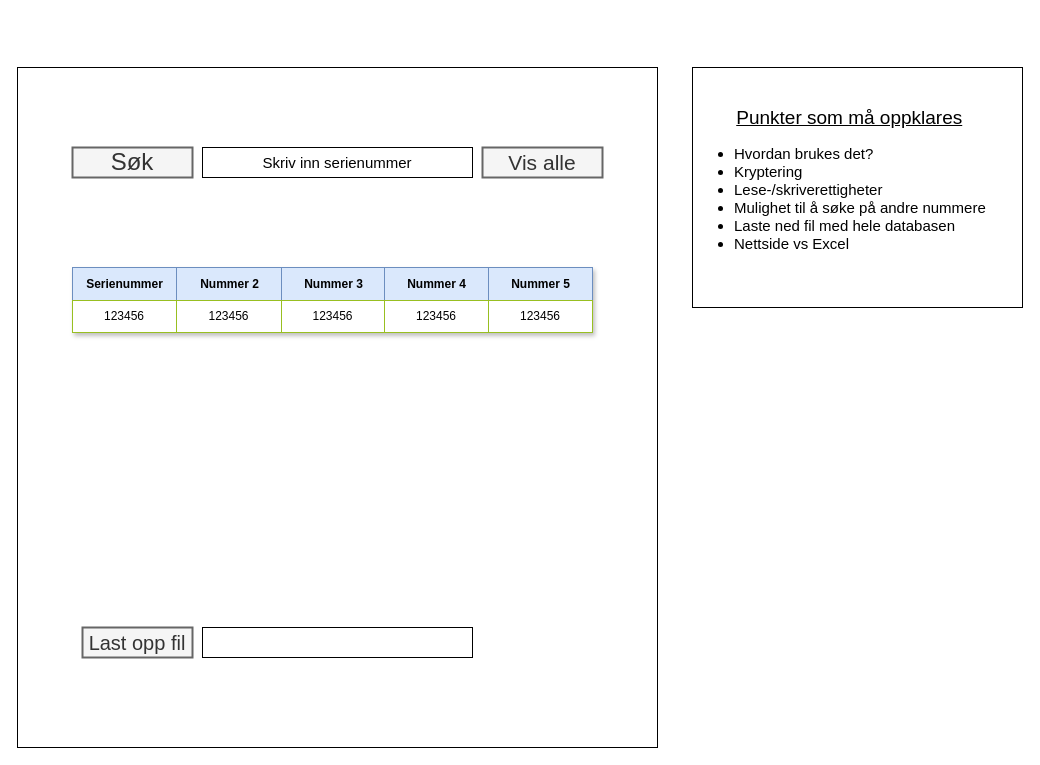
The draw.io diagram Forsvaret_interface.drawio in MathiasThoresenPaasche/draw_io, before the edit. Source tidied: cells renumbered, new cells numbered last; positions are measured from the earlier drawing's top-left corner, leaving out a move shared by most shapes. Both pictures are drawn from the tidied source at 100%, with x=0, y=0 at pixel (17, 67).
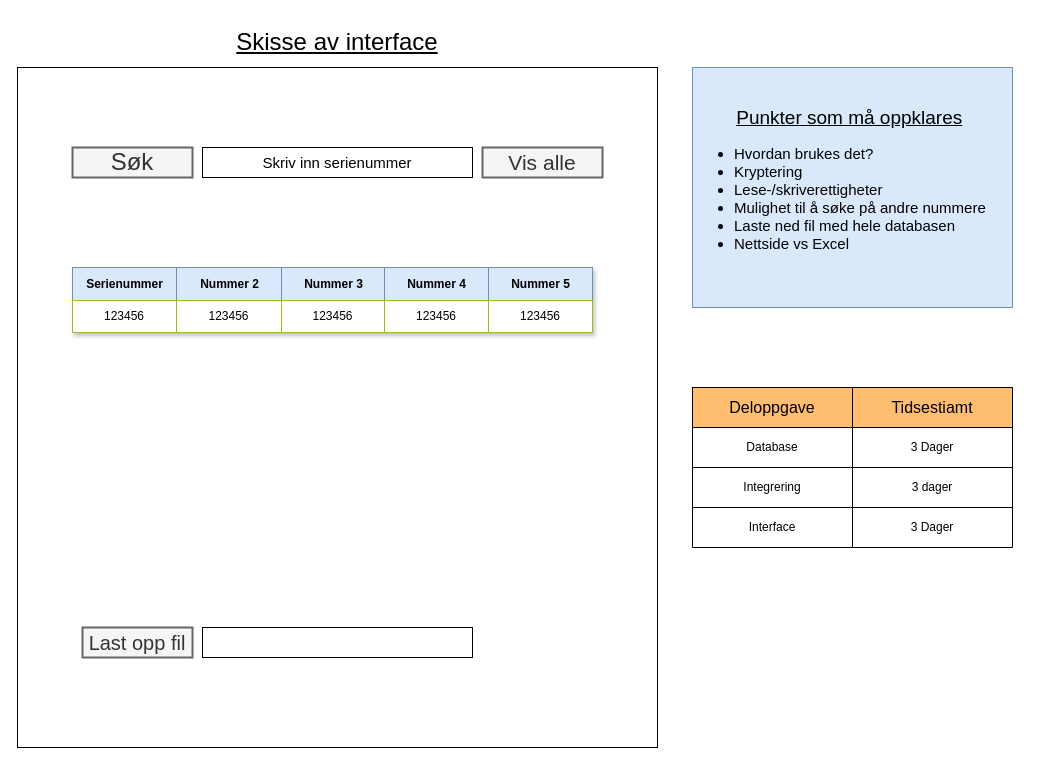
After the change.

The edit, as a diff of the source:
```diff
@@
-    <mxCell id="21" value="&lt;div&gt;&lt;span style=&quot;white-space: pre; font-size: 19px;&quot;&gt;&#9;&lt;/span&gt;&lt;font size=&quot;1&quot;&gt;&lt;span style=&quot;white-space: pre;&quot;&gt;&lt;font style=&quot;font-size: 19px;&quot;&gt;&lt;u&gt;Punkter som må oppklares&lt;/u&gt;&lt;/font&gt;&lt;/span&gt;&lt;/font&gt;&lt;br&gt;&lt;/div&gt;&lt;ul style=&quot;font-size: 15px;&quot;&gt;&lt;li&gt;Hvordan brukes det?&lt;br&gt;&lt;/li&gt;&lt;li&gt;Kryptering&lt;/li&gt;&lt;li&gt;Lese-/skriverettigheter&lt;/li&gt;&lt;li&gt;Mulighet til å søke på andre nummere&lt;/li&gt;&lt;li&gt;Laste ned fil med hele databasen&lt;/li&gt;&lt;li&gt;Nettside vs Excel&lt;/li&gt;&lt;/ul&gt;" style="text;strokeColor=default;fillColor=none;html=1;whiteSpace=wrap;verticalAlign=middle;overflow=hidden;" parent="1" vertex="1">
-      <mxGeometry x="675" width="330" height="240" as="geometry" />
+    <mxCell id="21" value="&lt;div&gt;&lt;span style=&quot;white-space: pre; font-size: 19px;&quot;&gt;&#9;&lt;/span&gt;&lt;font size=&quot;1&quot;&gt;&lt;span style=&quot;white-space: pre;&quot;&gt;&lt;font style=&quot;font-size: 19px;&quot;&gt;&lt;u&gt;Punkter som må oppklares&lt;/u&gt;&lt;/font&gt;&lt;/span&gt;&lt;/font&gt;&lt;br&gt;&lt;/div&gt;&lt;ul style=&quot;font-size: 15px;&quot;&gt;&lt;li&gt;Hvordan brukes det?&lt;br&gt;&lt;/li&gt;&lt;li&gt;Kryptering&lt;/li&gt;&lt;li&gt;Lese-/skriverettigheter&lt;/li&gt;&lt;li&gt;Mulighet til å søke på andre nummere&lt;/li&gt;&lt;li&gt;Laste ned fil med hele databasen&lt;/li&gt;&lt;li&gt;Nettside vs Excel&lt;/li&gt;&lt;/ul&gt;" style="text;strokeColor=#6c8ebf;fillColor=#dae8fc;html=1;whiteSpace=wrap;verticalAlign=middle;overflow=hidden;" parent="1" vertex="1">
+      <mxGeometry x="675" width="320" height="240" as="geometry" />
     </mxCell>
+    <mxCell id="22" style="shape=table;startSize=0;childLayout=tableLayout;" parent="1" vertex="1">
+      <mxGeometry x="675" y="320" width="320" height="160" as="geometry" />
+    </mxCell>
+    <mxCell id="23" style="shape=tableRow;horizontal=0;startSize=0;swimlaneHead=0;swimlaneBody=0;strokeColor=inherit;top=0;left=0;bottom=0;right=0;fillColor=none;" parent="22" vertex="1">
+      <mxGeometry width="320" height="40" as="geometry" />
+    </mxCell>
+    <mxCell id="24" value="&lt;font style=&quot;font-size: 16px;&quot;&gt;Deloppgave&lt;/font&gt;" style="shape=partialRectangle;html=1;whiteSpace=wrap;strokeColor=inherit;overflow=hidden;fillColor=#ffbe6f;top=1;left=1;bottom=1;right=1;" parent="23" vertex="1">
+      <mxGeometry width="160" height="40" as="geometry" />
+    </mxCell>
+    <mxCell id="25" value="&lt;font style=&quot;font-size: 16px;&quot;&gt;Tidsestiamt&lt;/font&gt;" style="shape=partialRectangle;html=1;whiteSpace=wrap;strokeColor=inherit;overflow=hidden;fillColor=#ffbe6f;top=1;left=1;bottom=1;right=1;" parent="23" vertex="1">
+      <mxGeometry x="160" width="160" height="40" as="geometry" />
+    </mxCell>
+    <mxCell id="26" style="shape=tableRow;horizontal=0;startSize=0;swimlaneHead=0;swimlaneBody=0;strokeColor=inherit;top=0;left=0;bottom=0;right=0;fillColor=none;" parent="22" vertex="1">
+      <mxGeometry y="40" width="320" height="40" as="geometry" />
+    </mxCell>
+    <mxCell id="27" value="Database" style="shape=partialRectangle;html=1;whiteSpace=wrap;strokeColor=inherit;overflow=hidden;fillColor=none;top=0;left=0;bottom=0;right=0;" parent="26" vertex="1">
+      <mxGeometry width="160" height="40" as="geometry" />
+    </mxCell>
+    <mxCell id="28" value="3 Dager" style="shape=partialRectangle;html=1;whiteSpace=wrap;strokeColor=inherit;overflow=hidden;fillColor=none;top=0;left=0;bottom=0;right=0;" parent="26" vertex="1">
+      <mxGeometry x="160" width="160" height="40" as="geometry" />
+    </mxCell>
+    <mxCell id="29" style="shape=tableRow;horizontal=0;startSize=0;swimlaneHead=0;swimlaneBody=0;strokeColor=inherit;top=0;left=0;bottom=0;right=0;fillColor=none;" parent="22" vertex="1">
+      <mxGeometry y="80" width="320" height="40" as="geometry" />
+    </mxCell>
+    <mxCell id="30" value="Integrering" style="shape=partialRectangle;html=1;whiteSpace=wrap;strokeColor=inherit;overflow=hidden;fillColor=none;top=0;left=0;bottom=0;right=0;" parent="29" vertex="1">
+      <mxGeometry width="160" height="40" as="geometry" />
+    </mxCell>
+    <mxCell id="31" value="3 dager" style="shape=partialRectangle;html=1;whiteSpace=wrap;strokeColor=inherit;overflow=hidden;fillColor=none;top=0;left=0;bottom=0;right=0;" parent="29" vertex="1">
+      <mxGeometry x="160" width="160" height="40" as="geometry" />
+    </mxCell>
+    <mxCell id="32" style="shape=tableRow;horizontal=0;startSize=0;swimlaneHead=0;swimlaneBody=0;strokeColor=inherit;top=0;left=0;bottom=0;right=0;fillColor=none;" parent="22" vertex="1">
+      <mxGeometry y="120" width="320" height="40" as="geometry" />
+    </mxCell>
+    <mxCell id="33" value="Interface" style="shape=partialRectangle;html=1;whiteSpace=wrap;strokeColor=inherit;overflow=hidden;fillColor=none;top=0;left=0;bottom=0;right=0;" parent="32" vertex="1">
+      <mxGeometry width="160" height="40" as="geometry" />
+    </mxCell>
+    <mxCell id="34" value="3 Dager" style="shape=partialRectangle;html=1;whiteSpace=wrap;strokeColor=inherit;overflow=hidden;fillColor=none;top=0;left=0;bottom=0;right=0;" parent="32" vertex="1">
+      <mxGeometry x="160" width="160" height="40" as="geometry" />
+    </mxCell>
+    <mxCell id="35" value="&lt;font style=&quot;font-size: 24px;&quot;&gt;&lt;u&gt;Skisse av interface&lt;/u&gt;&lt;/font&gt;" style="text;html=1;strokeColor=none;fillColor=none;align=center;verticalAlign=middle;whiteSpace=wrap;rounded=0;" parent="1" vertex="1">
+      <mxGeometry x="180" y="-50" width="280" height="50" as="geometry" />
+    </mxCell>
```
